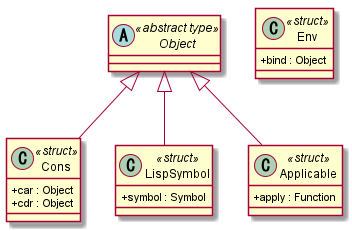
Above: doc/model.png in saka1029/JuLisp (PlantUML), before the change.
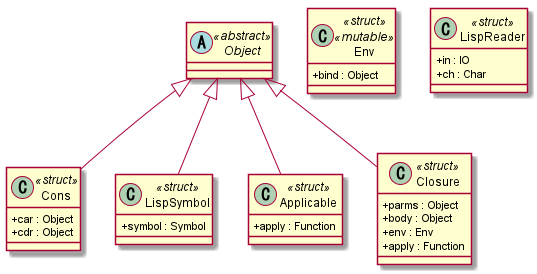
Later version of the same file.

The edit, as a diff of the source:
```diff
@@ -2,7 +2,7 @@
 
 skinparam classAttributeIconSize 0
 
-abstract class Object <<abstract type>>
+abstract class Object <<abstract>>
 
 class Cons <<struct>> {
     + car : Object
@@ -20,7 +20,20 @@
 }
 Object <|-- Applicable
 
-class Env <<struct>> {
+class Env <<struct>> <<mutable>> {
     + bind : Object
 }
+
+class Closure <<struct>> {
+    + parms : Object
+    + body : Object
+    + env : Env
+    + apply : Function
+}
+Object <|-- Closure
+
+class LispReader <<struct>> {
+    + in : IO
+    + ch : Char
+}
 @enduml
```
